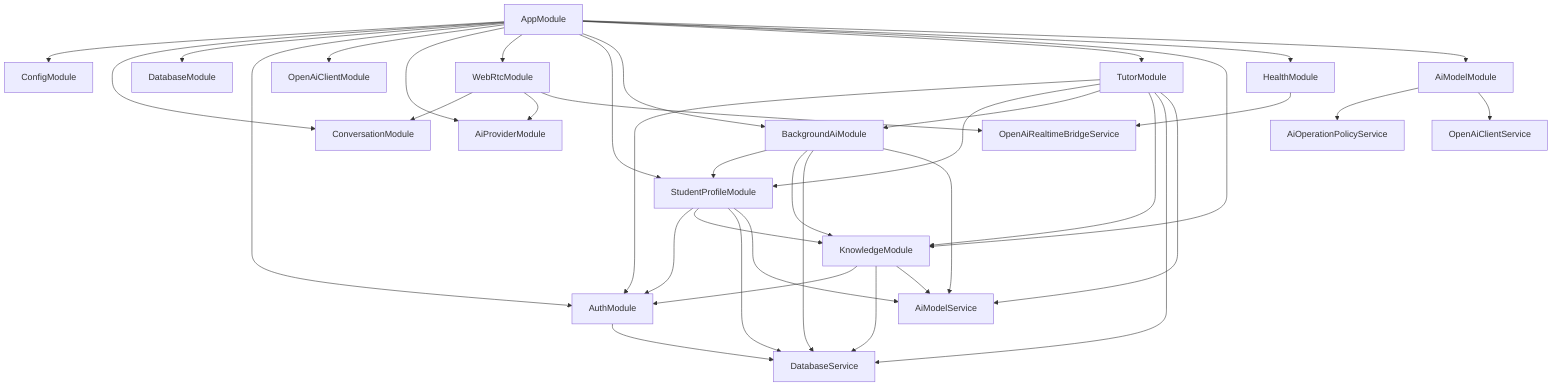
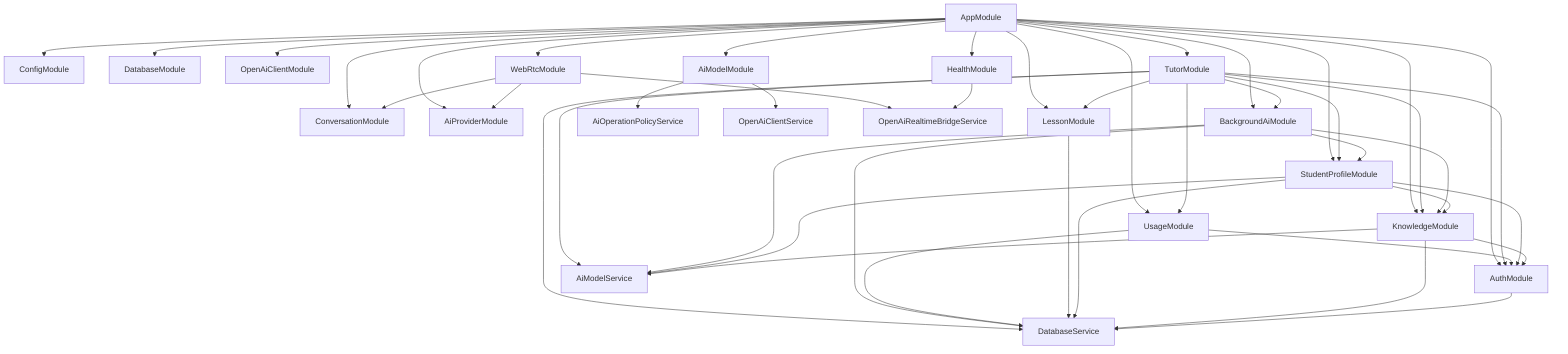
flowchart TB
  AppModule[AppModule] --> Config[ConfigModule]
  AppModule --> Conversation[ConversationModule]
  AppModule --> Database[DatabaseModule]
  AppModule --> Auth[AuthModule]
  AppModule --> OpenAI[OpenAiClientModule]
  AppModule --> Providers[AiProviderModule]
  AppModule --> WebRTC[WebRtcModule]
  AppModule --> StudentProfile[StudentProfileModule]
  AppModule --> BackgroundAI[BackgroundAiModule]
+   AppModule --> Lesson[LessonModule]
+   AppModule --> Usage[UsageModule]
  AppModule --> Tutor[TutorModule]
  AppModule --> Knowledge[KnowledgeModule]
  AppModule --> Health[HealthModule]
  AppModule --> ModelProvider[AiModelModule]

  Tutor --> Auth
  Tutor --> StudentProfile
  Tutor --> BackgroundAI
+   Tutor --> Lesson
+   Tutor --> Usage
  Tutor --> Knowledge
  Tutor --> DatabaseService[DatabaseService]
  Tutor --> ModelService[AiModelService]

  BackgroundAI --> StudentProfile
  BackgroundAI --> Knowledge
  BackgroundAI --> DatabaseService
  BackgroundAI --> ModelService
+ 
+   Usage --> Auth
+   Usage --> DatabaseService
+ 
+   Lesson --> DatabaseService

  StudentProfile --> Auth
  StudentProfile --> Knowledge
  StudentProfile --> DatabaseService
  StudentProfile --> ModelService

  Knowledge --> Auth
  Knowledge --> DatabaseService
  Knowledge --> ModelService

  ModelProvider --> ModelPolicy[AiOperationPolicyService]
  ModelProvider --> OpenAIClient[OpenAiClientService]

  WebRTC --> Conversation
  WebRTC --> Providers
  WebRTC --> OpenAIRealtimeBridge[OpenAiRealtimeBridgeService]

  Health --> OpenAIRealtimeBridge
  Auth --> DatabaseService
